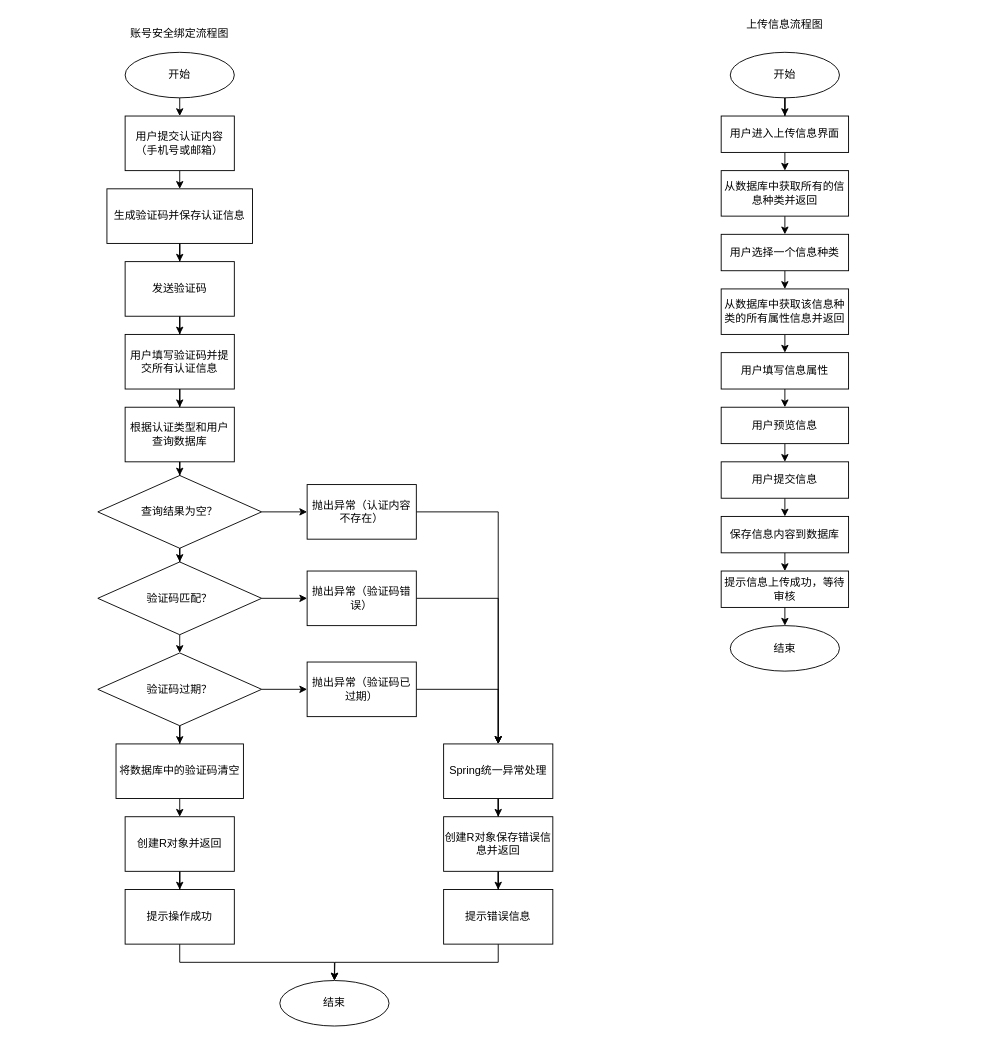
Earlier version of the draw.io diagram page "个人中心模块" (2 of 11) of 校园信息发布平台流程图.drawio (zzsbz/infodeli_drawio). Source tidied: cells renumbered, new cells numbered last; positions are measured from the earlier drawing's top-left corner, leaving out a move shared by most shapes. Both pictures are drawn from the tidied source at 91%, with x=0, y=0 at pixel (15, 15).
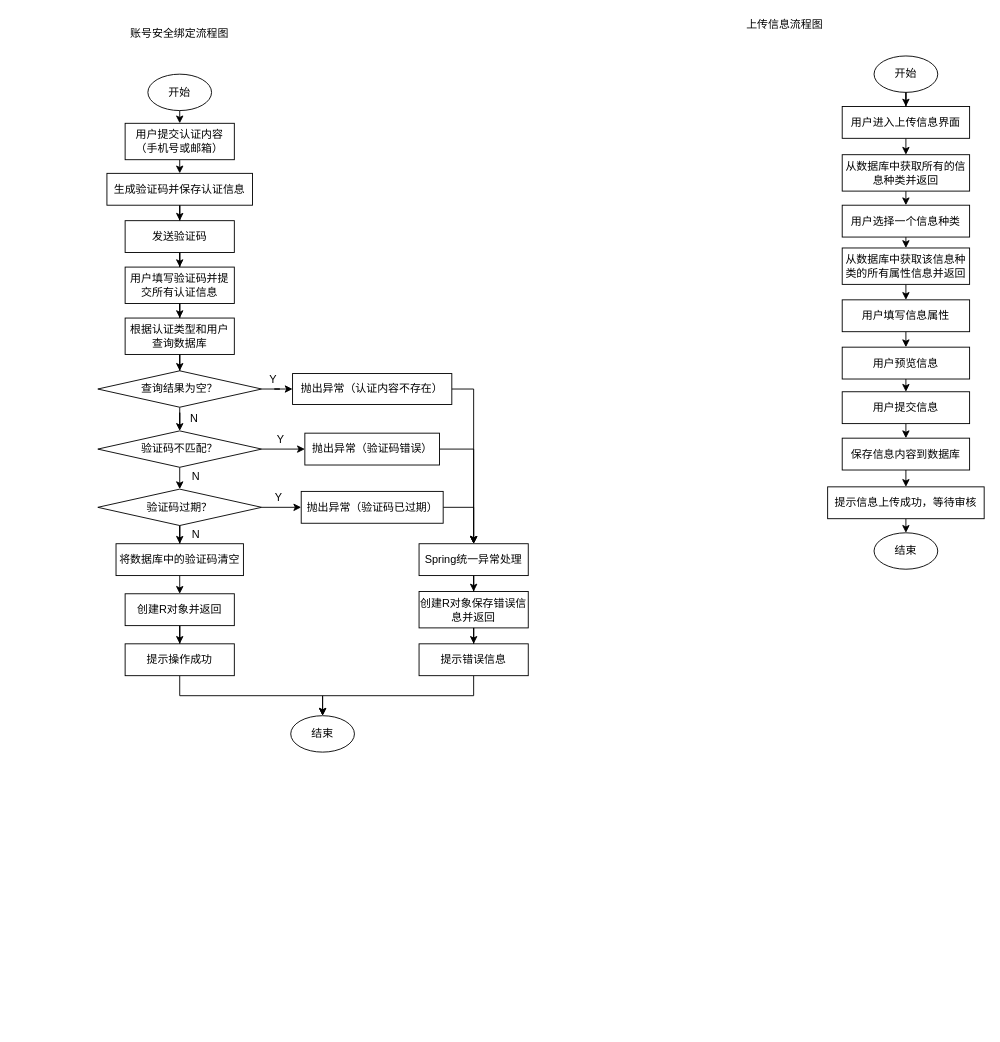
After the change.

Change to the diagram source:
```diff
@@
     <mxCell id="5" value="开始" style="ellipse;whiteSpace=wrap;html=1;" parent="1" vertex="1">
-      <mxGeometry x="120" y="40" width="120" height="50" as="geometry" />
+      <mxGeometry x="145" y="64" width="70" height="40" as="geometry" />
     </mxCell>
     <mxCell id="6" value="结束" style="ellipse;whiteSpace=wrap;html=1;" parent="1" vertex="1">
-      <mxGeometry x="290" y="1060" width="120" height="50" as="geometry" />
+      <mxGeometry x="302" y="769" width="70" height="40" as="geometry" />
     </mxCell>
     <mxCell id="7" value="结束" style="ellipse;whiteSpace=wrap;html=1;" parent="1" vertex="1">
-      <mxGeometry x="785" y="670" width="120" height="50" as="geometry" />
+      <mxGeometry x="943" y="568" width="70" height="40" as="geometry" />
     </mxCell>
@@
     <mxCell id="9" value="开始" style="ellipse;whiteSpace=wrap;html=1;" parent="1" vertex="1">
-      <mxGeometry x="785" y="40" width="120" height="50" as="geometry" />
+      <mxGeometry x="943" y="44" width="70" height="40" as="geometry" />
     </mxCell>
@@
     <mxCell id="11" value="用户提交认证内容（手机号或邮箱）" style="rounded=0;whiteSpace=wrap;html=1;" parent="1" vertex="1">
-      <mxGeometry x="120" y="110" width="120" height="60" as="geometry" />
+      <mxGeometry x="120" y="118" width="120" height="40" as="geometry" />
     </mxCell>
@@
     <mxCell id="13" value="生成验证码并保存认证信息" style="rounded=0;whiteSpace=wrap;html=1;" parent="1" vertex="1">
-      <mxGeometry x="100" y="190" width="160" height="60" as="geometry" />
+      <mxGeometry x="100" y="173" width="160" height="35" as="geometry" />
     </mxCell>
@@
     <mxCell id="15" value="发送验证码" style="rounded=0;whiteSpace=wrap;html=1;" parent="1" vertex="1">
-      <mxGeometry x="120" y="270" width="120" height="60" as="geometry" />
+      <mxGeometry x="120" y="225" width="120" height="35" as="geometry" />
     </mxCell>
@@
     <mxCell id="17" value="用户填写验证码并提交所有认证信息" style="rounded=0;whiteSpace=wrap;html=1;" parent="1" vertex="1">
-      <mxGeometry x="120" y="350" width="120" height="60" as="geometry" />
+      <mxGeometry x="120" y="276" width="120" height="40" as="geometry" />
     </mxCell>
@@
     <mxCell id="19" value="根据认证类型和用户查询数据库" style="rounded=0;whiteSpace=wrap;html=1;" parent="1" vertex="1">
-      <mxGeometry x="120" y="430" width="120" height="60" as="geometry" />
+      <mxGeometry x="120" y="332" width="120" height="40" as="geometry" />
     </mxCell>
@@
     <mxCell id="21" value="抛出异常（认证内容不存在）" style="rounded=0;whiteSpace=wrap;html=1;" parent="1" vertex="1">
-      <mxGeometry x="320" y="515" width="120" height="60" as="geometry" />
+      <mxGeometry x="304" y="393" width="175" height="34" as="geometry" />
     </mxCell>
@@
     <mxCell id="24" value="查询结果为空？" style="rhombus;whiteSpace=wrap;html=1;" parent="1" vertex="1">
-      <mxGeometry x="90" y="505" width="180" height="80" as="geometry" />
+      <mxGeometry x="90" y="390" width="180" height="40" as="geometry" />
     </mxCell>
@@
     <mxCell id="26" value="Spring统一异常处理" style="rounded=0;whiteSpace=wrap;html=1;" parent="1" vertex="1">
-      <mxGeometry x="470" y="800" width="120" height="60" as="geometry" />
+      <mxGeometry x="443" y="580" width="120" height="35" as="geometry" />
     </mxCell>
@@
     <mxCell id="28" value="抛出异常（验证码错误）" style="rounded=0;whiteSpace=wrap;html=1;" parent="1" vertex="1">
-      <mxGeometry x="320" y="610" width="120" height="60" as="geometry" />
+      <mxGeometry x="317.5" y="458.5" width="148" height="35" as="geometry" />
     </mxCell>
@@
-    <mxCell id="31" value="验证码匹配？" style="rhombus;whiteSpace=wrap;html=1;" parent="1" vertex="1">
-      <mxGeometry x="90" y="600" width="180" height="80" as="geometry" />
+    <mxCell id="31" value="验证码不匹配？" style="rhombus;whiteSpace=wrap;html=1;" parent="1" vertex="1">
+      <mxGeometry x="90" y="456" width="180" height="40" as="geometry" />
     </mxCell>
@@
     <mxCell id="34" value="验证码过期？" style="rhombus;whiteSpace=wrap;html=1;" parent="1" vertex="1">
-      <mxGeometry x="90" y="700" width="180" height="80" as="geometry" />
+      <mxGeometry x="90" y="520" width="180" height="40" as="geometry" />
     </mxCell>
@@
     <mxCell id="36" value="抛出异常（验证码已过期）" style="rounded=0;whiteSpace=wrap;html=1;" parent="1" vertex="1">
-      <mxGeometry x="320" y="710" width="120" height="60" as="geometry" />
+      <mxGeometry x="313.5" y="522.5" width="156" height="35" as="geometry" />
     </mxCell>
@@
     <mxCell id="38" value="将数据库中的验证码清空" style="rounded=0;whiteSpace=wrap;html=1;" parent="1" vertex="1">
-      <mxGeometry x="110" y="800" width="140" height="60" as="geometry" />
+      <mxGeometry x="110" y="580" width="140" height="35" as="geometry" />
     </mxCell>
@@
     <mxCell id="40" value="创建R对象并返回" style="rounded=0;whiteSpace=wrap;html=1;" parent="1" vertex="1">
-      <mxGeometry x="120" y="880" width="120" height="60" as="geometry" />
+      <mxGeometry x="120" y="635" width="120" height="35" as="geometry" />
     </mxCell>
@@
     <mxCell id="42" value="创建R对象保存错误信息并返回" style="rounded=0;whiteSpace=wrap;html=1;" parent="1" vertex="1">
-      <mxGeometry x="470" y="880" width="120" height="60" as="geometry" />
+      <mxGeometry x="443" y="632.5" width="120" height="40" as="geometry" />
     </mxCell>
@@
     <mxCell id="44" value="提示操作成功" style="rounded=0;whiteSpace=wrap;html=1;" parent="1" vertex="1">
-      <mxGeometry x="120" y="960" width="120" height="60" as="geometry" />
+      <mxGeometry x="120" y="690" width="120" height="35" as="geometry" />
     </mxCell>
-    <mxCell id="45" style="edgeStyle=orthogonalEdgeStyle;rounded=0;jettySize=auto;html=1;exitX=0.5;exitY=1;exitDx=0;exitDy=0;" parent="1" edge="1" source="46">
-      <mxGeometry relative="1" as="geometry">
-        <mxPoint x="350" y="1060" as="targetPoint" />
-      </mxGeometry>
+    <mxCell id="45" style="edgeStyle=orthogonalEdgeStyle;rounded=0;jettySize=auto;html=1;exitX=0.5;exitY=1;exitDx=0;exitDy=0;entryX=0.5;entryY=0;entryDx=0;entryDy=0;" parent="1" edge="1" source="46" target="6">
+      <mxGeometry relative="1" as="geometry" />
     </mxCell>
     <mxCell id="46" value="提示错误信息" style="rounded=0;whiteSpace=wrap;html=1;" parent="1" vertex="1">
-      <mxGeometry x="470" y="960" width="120" height="60" as="geometry" />
+      <mxGeometry x="443" y="690" width="120" height="35" as="geometry" />
     </mxCell>
@@
     <mxCell id="48" value="用户进入上传信息界面" style="rounded=0;whiteSpace=wrap;html=1;" parent="1" vertex="1">
-      <mxGeometry x="775" y="110" width="140" height="40" as="geometry" />
+      <mxGeometry x="908" y="99.5" width="140" height="35" as="geometry" />
     </mxCell>
@@
     <mxCell id="50" value="从数据库中获取所有的信息种类并返回" style="rounded=0;whiteSpace=wrap;html=1;" parent="1" vertex="1">
-      <mxGeometry x="775" y="170" width="140" height="50" as="geometry" />
+      <mxGeometry x="908" y="152.5" width="140" height="40" as="geometry" />
     </mxCell>
@@
     <mxCell id="52" value="用户选择一个信息种类" style="rounded=0;whiteSpace=wrap;html=1;" parent="1" vertex="1">
-      <mxGeometry x="775" y="240" width="140" height="40" as="geometry" />
+      <mxGeometry x="908" y="208" width="140" height="35" as="geometry" />
     </mxCell>
@@
     <mxCell id="54" value="从数据库中获取该信息种类的所有属性信息并返回" style="rounded=0;whiteSpace=wrap;html=1;" parent="1" vertex="1">
-      <mxGeometry x="775" y="300" width="140" height="50" as="geometry" />
+      <mxGeometry x="908" y="255" width="140" height="40" as="geometry" />
     </mxCell>
@@
     <mxCell id="56" value="用户填写信息属性" style="rounded=0;whiteSpace=wrap;html=1;" parent="1" vertex="1">
-      <mxGeometry x="775" y="370" width="140" height="40" as="geometry" />
+      <mxGeometry x="908" y="312" width="140" height="35" as="geometry" />
     </mxCell>
@@
     <mxCell id="58" value="用户预览信息" style="rounded=0;whiteSpace=wrap;html=1;" parent="1" vertex="1">
-      <mxGeometry x="775" y="430" width="140" height="40" as="geometry" />
+      <mxGeometry x="908" y="364" width="140" height="35" as="geometry" />
     </mxCell>
@@
     <mxCell id="60" value="用户提交信息" style="rounded=0;whiteSpace=wrap;html=1;" parent="1" vertex="1">
-      <mxGeometry x="775" y="490" width="140" height="40" as="geometry" />
+      <mxGeometry x="908" y="413" width="140" height="35" as="geometry" />
     </mxCell>
@@
     <mxCell id="62" value="保存信息内容到数据库" style="rounded=0;whiteSpace=wrap;html=1;" parent="1" vertex="1">
-      <mxGeometry x="775" y="550" width="140" height="40" as="geometry" />
+      <mxGeometry x="908" y="464" width="140" height="35" as="geometry" />
     </mxCell>
@@
     <mxCell id="64" value="提示信息上传成功，等待审核" style="rounded=0;whiteSpace=wrap;html=1;" parent="1" vertex="1">
-      <mxGeometry x="775" y="610" width="140" height="40" as="geometry" />
+      <mxGeometry x="892" y="517.5" width="172" height="35" as="geometry" />
     </mxCell>
+    <mxCell id="65" value="Y" style="text;html=1;strokeColor=none;fillColor=none;align=center;verticalAlign=middle;whiteSpace=wrap;rounded=0;" parent="1" vertex="1">
+      <mxGeometry x="270" y="520" width="38" height="20" as="geometry" />
+    </mxCell>
+    <mxCell id="66" value="Y" style="text;html=1;strokeColor=none;fillColor=none;align=center;verticalAlign=middle;whiteSpace=wrap;rounded=0;" parent="1" vertex="1">
+      <mxGeometry x="272" y="456" width="38" height="20" as="geometry" />
+    </mxCell>
+    <mxCell id="67" value="Y" style="text;html=1;strokeColor=none;fillColor=none;align=center;verticalAlign=middle;whiteSpace=wrap;rounded=0;" parent="1" vertex="1">
+      <mxGeometry x="264" y="390" width="38" height="20" as="geometry" />
+    </mxCell>
+    <mxCell id="68" value="N" style="text;html=1;strokeColor=none;fillColor=none;align=center;verticalAlign=middle;whiteSpace=wrap;rounded=0;" parent="1" vertex="1">
+      <mxGeometry x="179" y="560" width="38" height="20" as="geometry" />
+    </mxCell>
+    <mxCell id="69" value="N" style="text;html=1;strokeColor=none;fillColor=none;align=center;verticalAlign=middle;whiteSpace=wrap;rounded=0;" parent="1" vertex="1">
+      <mxGeometry x="179" y="496" width="38" height="20" as="geometry" />
+    </mxCell>
+    <mxCell id="70" value="N" style="text;html=1;strokeColor=none;fillColor=none;align=center;verticalAlign=middle;whiteSpace=wrap;rounded=0;" parent="1" vertex="1">
+      <mxGeometry x="177" y="433" width="38" height="20" as="geometry" />
+    </mxCell>
```
